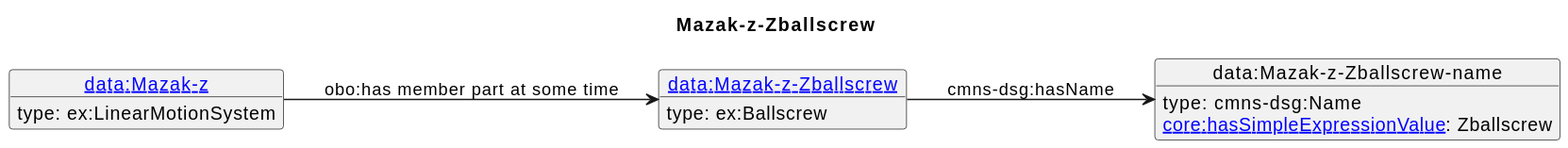
Before: diagrams/Mazak-z-Zballscrew.svg, a diagram exported from PlantUML (iofoundry/example-syseng-mtconnect). The source it was exported from:
```plantuml
@startuml
skinparam linetype polyline
left to right direction
title Mazak-z-Zballscrew
object "[[./Mazak-z-Zballscrew.html data:Mazak-z-Zballscrew]]" as o1 {
 type: ex:Ballscrew
}
object "data:Mazak-z-Zballscrew-name" as o2 {
 type: cmns-dsg:Name
}
object "[[./Mazak-z.html data:Mazak-z]]" as o3 {
 type: ex:LinearMotionSystem
}
o1 --> o2 : cmns-dsg:hasName
o2 : [[https://spec.industrialontologies.org/ontology/core/Core/hasSimpleExpressionValue core:hasSimpleExpressionValue]]: Zballscrew
o3 --> o1 : obo:has member part at some time
@enduml
```
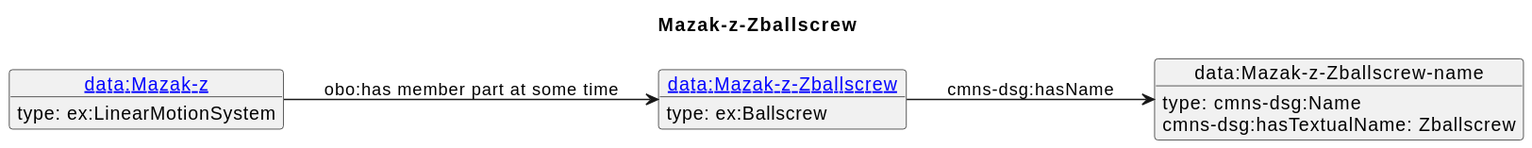
The same diagram one commit later.

What changed in the source:
```diff
@@ -12,6 +12,6 @@
  type: ex:LinearMotionSystem
 }
 o1 --> o2 : cmns-dsg:hasName
-o2 : [[https://spec.industrialontologies.org/ontology/core/Core/hasSimpleExpressionValue core:hasSimpleExpressionValue]]: Zballscrew
+o2 : cmns-dsg:hasTextualName: Zballscrew
 o3 --> o1 : obo:has member part at some time
 @enduml
```
